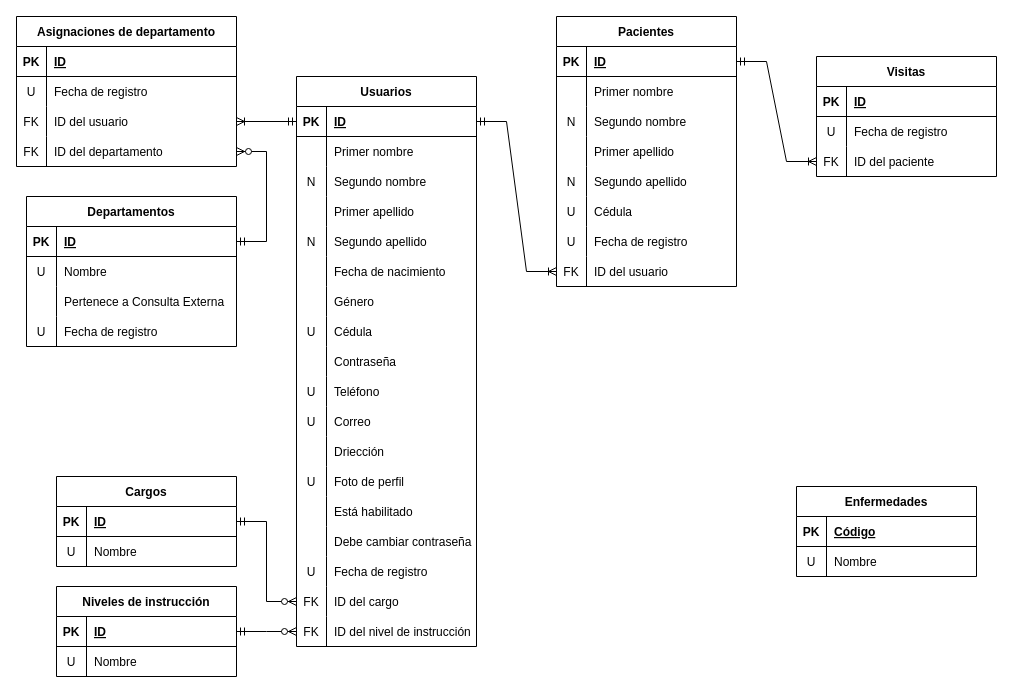
Before: page "Modelo Relacional" (5 of 5) of docs/Diagramas.drawio in fadrian06/haju, a draw.io diagram. Source tidied: cells renumbered, new cells numbered last; positions are measured from the earlier drawing's top-left corner, leaving out a move shared by most shapes. Both pictures are drawn from the tidied source at 100%, with x=0, y=0 at pixel (16, 16).
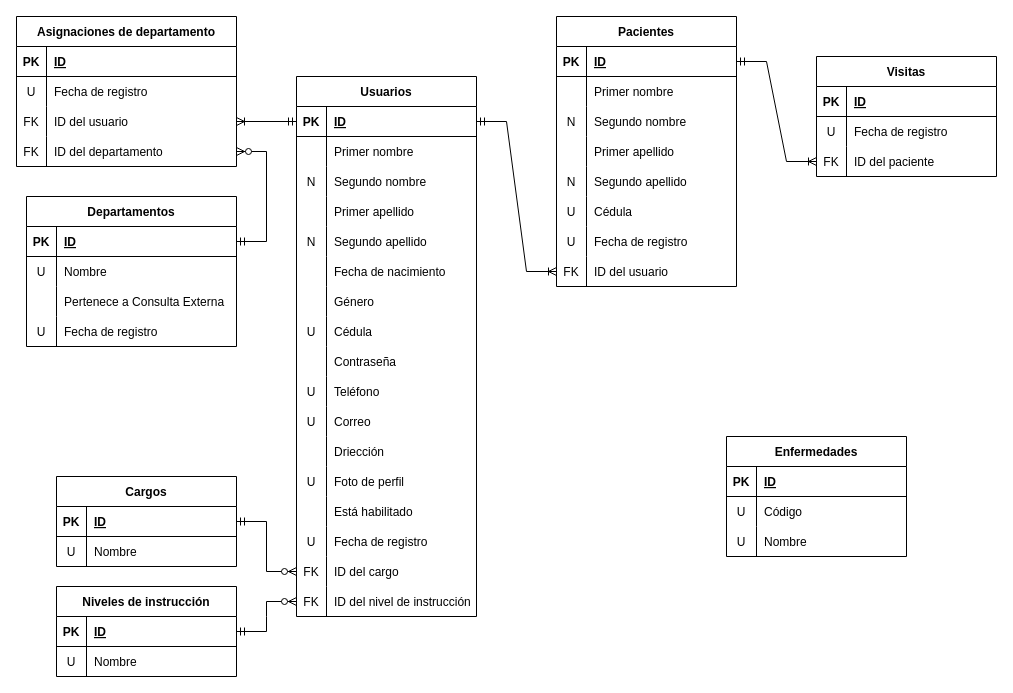
After the change.

The change refers to these unchanged cells:
```xml
<mxCell id="128" style="shape=tableRow;horizontal=0;startSize=0;swimlaneHead=0;swimlaneBody=0;fillColor=none;top=0;left=0;right=0;bottom=1;" parent="127" vertex="1">
  <mxGeometry y="30" width="180" height="30" as="geometry" />
</mxCell>
```

What changed in the source:
```diff
@@
     <mxCell id="2" value="Usuarios" style="shape=table;startSize=30;childLayout=tableLayout;rowLines=0;fontStyle=1;align=center;" parent="1" vertex="1">
-      <mxGeometry x="280" y="60" width="180" height="570" as="geometry" />
+      <mxGeometry x="280" y="60" width="180" height="540" as="geometry" />
     </mxCell>
@@
-    <mxCell id="45" style="shape=tableRow;horizontal=0;startSize=0;swimlaneHead=0;swimlaneBody=0;fillColor=none;top=0;left=0;right=0;bottom=0;" parent="2" vertex="1">
-      <mxGeometry y="450" width="180" height="30" as="geometry" />
-    </mxCell>
-    <mxCell id="46" style="shape=partialRectangle;fillColor=none;top=0;left=0;bottom=0;right=0;overflow=hidden;" parent="45" vertex="1">
-      <mxGeometry width="30" height="30" as="geometry" />
-    </mxCell>
-    <mxCell id="47" value="Debe cambiar contraseña" style="shape=partialRectangle;fillColor=none;top=0;left=0;bottom=0;right=0;align=left;spacingLeft=6;overflow=hidden;" parent="45" vertex="1">
-      <mxGeometry x="30" width="150" height="30" as="geometry" />
-    </mxCell>
     <mxCell id="48" style="shape=tableRow;horizontal=0;startSize=0;swimlaneHead=0;swimlaneBody=0;fillColor=none;top=0;left=0;right=0;bottom=0;" parent="2" vertex="1">
-      <mxGeometry y="480" width="180" height="30" as="geometry" />
+      <mxGeometry y="450" width="180" height="30" as="geometry" />
     </mxCell>
@@
     <mxCell id="51" style="shape=tableRow;horizontal=0;startSize=0;swimlaneHead=0;swimlaneBody=0;fillColor=none;points=[[0,0.5],[1,0.5]];portConstraint=eastwest;top=0;left=0;right=0;bottom=0;" parent="2" vertex="1">
-      <mxGeometry y="510" width="180" height="30" as="geometry" />
+      <mxGeometry y="480" width="180" height="30" as="geometry" />
     </mxCell>
@@
     <mxCell id="54" style="shape=tableRow;horizontal=0;startSize=0;swimlaneHead=0;swimlaneBody=0;fillColor=none;points=[[0,0.5],[1,0.5]];portConstraint=eastwest;top=0;left=0;right=0;bottom=0;" parent="2" vertex="1">
-      <mxGeometry y="540" width="180" height="30" as="geometry" />
+      <mxGeometry y="510" width="180" height="30" as="geometry" />
     </mxCell>
@@
     <mxCell id="127" value="Enfermedades" style="shape=table;startSize=30;childLayout=tableLayout;rowLines=0;fontStyle=1;align=center;" parent="1" vertex="1">
-      <mxGeometry x="780" y="470" width="180" height="90" as="geometry" />
+      <mxGeometry x="710" y="420" width="180" height="120" as="geometry" />
     </mxCell>
@@
-    <mxCell id="130" value="Código" style="shape=partialRectangle;fillColor=none;top=0;left=0;bottom=0;right=0;align=left;spacingLeft=6;fontStyle=5;overflow=hidden;" parent="128" vertex="1">
+    <mxCell id="130" value="ID" style="shape=partialRectangle;fillColor=none;top=0;left=0;bottom=0;right=0;align=left;spacingLeft=6;fontStyle=5;overflow=hidden;" parent="128" vertex="1">
       <mxGeometry x="30" width="150" height="30" as="geometry" />
     </mxCell>
+    <mxCell id="145" style="shape=tableRow;horizontal=0;startSize=0;swimlaneHead=0;swimlaneBody=0;fillColor=none;top=0;left=0;right=0;bottom=0;" parent="127" vertex="1">
+      <mxGeometry y="60" width="180" height="30" as="geometry" />
+    </mxCell>
+    <mxCell id="146" value="U" style="shape=partialRectangle;fillColor=none;top=0;left=0;bottom=0;right=0;overflow=hidden;" parent="145" vertex="1">
+      <mxGeometry width="30" height="30" as="geometry" />
+    </mxCell>
+    <mxCell id="147" value="Código" style="shape=partialRectangle;fillColor=none;top=0;left=0;bottom=0;right=0;align=left;spacingLeft=6;overflow=hidden;" parent="145" vertex="1">
+      <mxGeometry x="30" width="150" height="30" as="geometry" />
+    </mxCell>
     <mxCell id="131" style="shape=tableRow;horizontal=0;startSize=0;swimlaneHead=0;swimlaneBody=0;fillColor=none;top=0;left=0;right=0;bottom=0;" parent="127" vertex="1">
-      <mxGeometry y="60" width="180" height="30" as="geometry" />
+      <mxGeometry y="90" width="180" height="30" as="geometry" />
     </mxCell>
```
